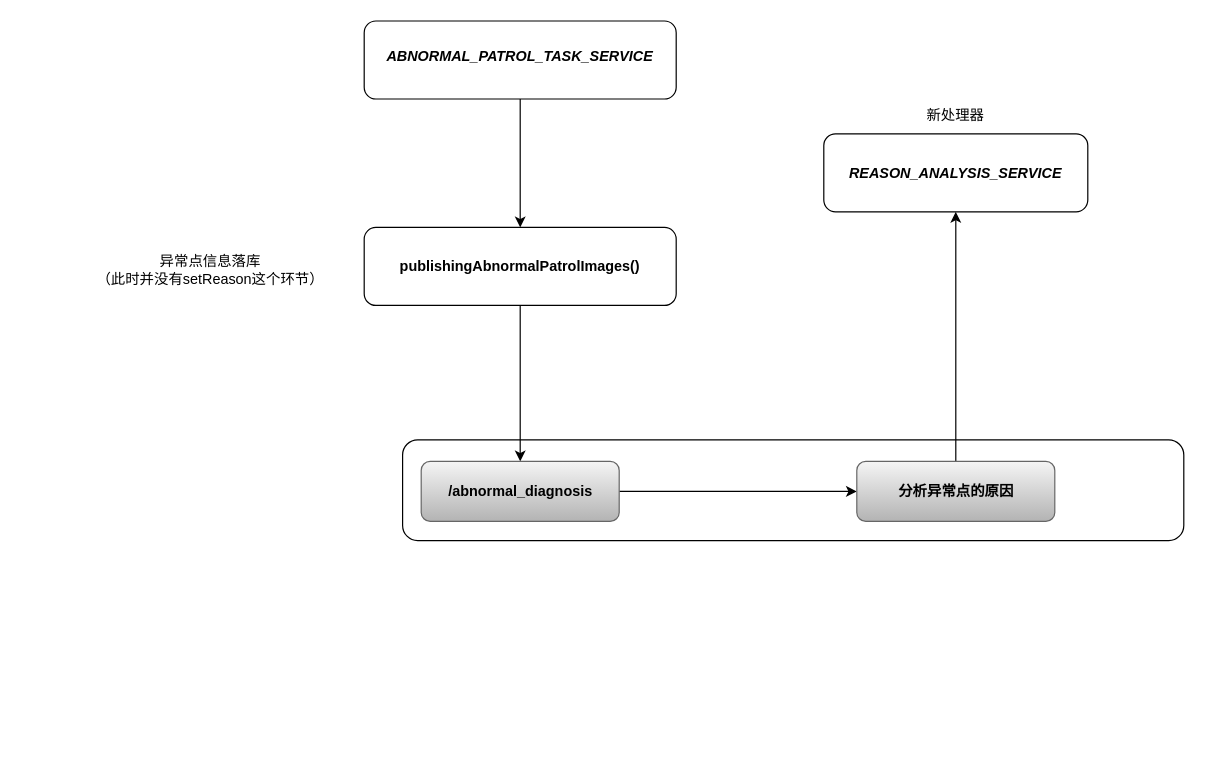
Above: 缺肥诊断.drawio in RK-JD/DrawIO (draw.io), before the change. Source tidied: cells renumbered, new cells numbered last; positions are measured from the earlier drawing's top-left corner, leaving out a move shared by most shapes. Both pictures are drawn from the tidied source at 120%, with x=0, y=0 at pixel (20, 20).
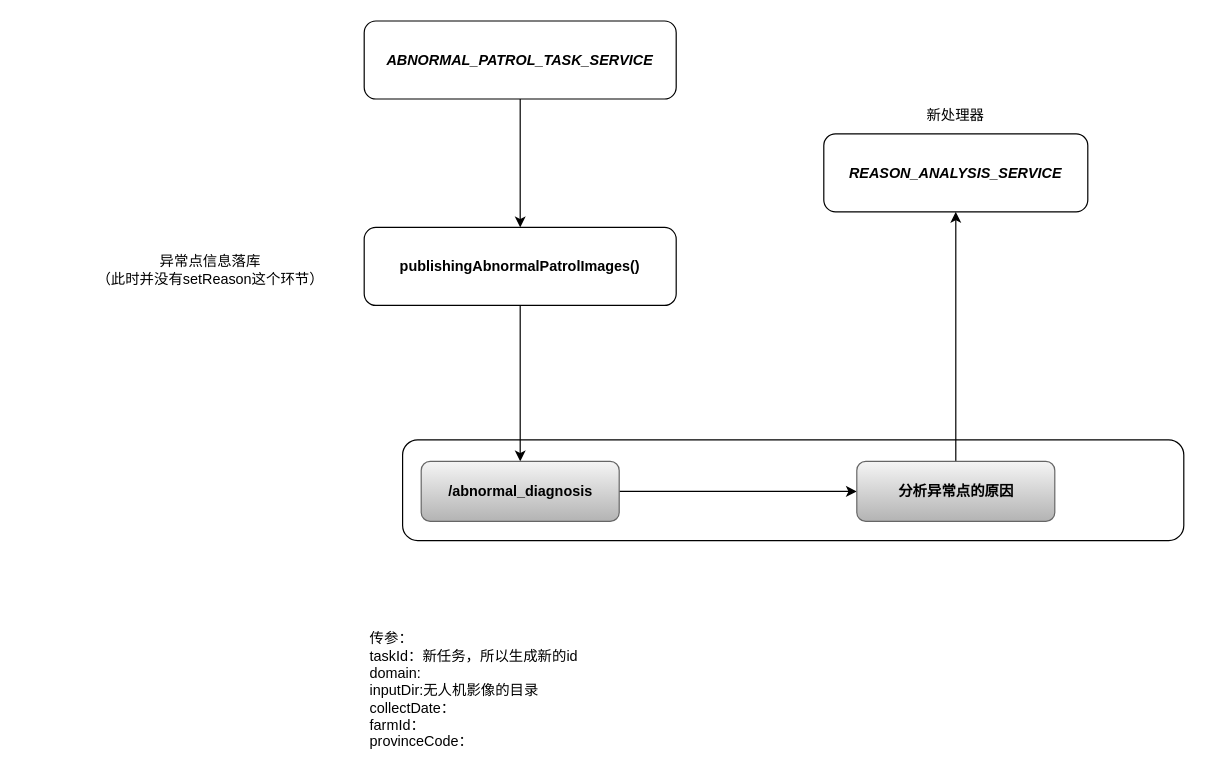
The same page after the edit.

Commit message:
更新缺肥诊断.drawio

Diff of the diagram source:
```diff
@@
 <mxGraphModel>
   <root>
     <mxCell id="0" />
     <mxCell id="1" parent="0" />
     <mxCell id="2" style="rounded=1;whiteSpace=wrap;html=1;" parent="1" vertex="1">
       <mxGeometry x="318" y="349" width="651" height="84" as="geometry" />
     </mxCell>
     <mxCell id="3" style="edgeStyle=orthogonalEdgeStyle;rounded=0;jettySize=auto;html=1;exitX=0.5;exitY=1;exitDx=0;exitDy=0;entryX=0.5;entryY=0;entryDx=0;entryDy=0;" parent="1" edge="1" source="4" target="13">
       <mxGeometry relative="1" as="geometry" />
     </mxCell>
     <mxCell id="4" value="&lt;span style=&quot;text-align: left;&quot;&gt;&lt;b&gt;publishingAbnormalPatrolImages()&lt;/b&gt;&lt;/span&gt;" style="rounded=1;whiteSpace=wrap;html=1;" parent="1" vertex="1">
       <mxGeometry x="286" y="172" width="260" height="65" as="geometry" />
     </mxCell>
     <mxCell id="5" value="&lt;b&gt;&lt;i&gt;REASON_ANALYSIS_SERVICE&lt;/i&gt;&lt;/b&gt;" style="rounded=1;whiteSpace=wrap;html=1;" parent="1" vertex="1">
       <mxGeometry x="669" y="94" width="220" height="65" as="geometry" />
     </mxCell>
     <mxCell id="6" value="新处理器" style="text;html=1;align=center;verticalAlign=middle;whiteSpace=wrap;rounded=0;" parent="1" vertex="1">
       <mxGeometry x="749" y="64" width="60" height="30" as="geometry" />
     </mxCell>
     <mxCell id="7" style="edgeStyle=orthogonalEdgeStyle;rounded=0;jettySize=auto;html=1;exitX=0.5;exitY=1;exitDx=0;exitDy=0;entryX=0.5;entryY=0;entryDx=0;entryDy=0;" parent="1" edge="1" source="8" target="4">
       <mxGeometry relative="1" as="geometry" />
     </mxCell>
-    <mxCell id="8" style="rounded=1;whiteSpace=wrap;html=1;" parent="1" vertex="1">
+    <mxCell id="8" value="&lt;b&gt;&lt;i&gt;ABNORMAL_PATROL_TASK_SERVICE&lt;/i&gt;&lt;/b&gt;" style="rounded=1;whiteSpace=wrap;html=1;" parent="1" vertex="1">
       <mxGeometry x="286" width="260" height="65" as="geometry" />
     </mxCell>
-    <mxCell id="9" value="&lt;b&gt;&lt;i&gt;ABNORMAL_PATROL_TASK_SERVICE&lt;/i&gt;&lt;/b&gt;" style="text;html=1;align=center;verticalAlign=middle;whiteSpace=wrap;rounded=0;" parent="1" vertex="1">
-      <mxGeometry x="311" y="15" width="210" height="30" as="geometry" />
-    </mxCell>
     <mxCell id="10" value="&lt;article class=&quot;4ever-article&quot; data-clipboard-cangjie=&quot;[&amp;quot;root&amp;quot;,{},[&amp;quot;p&amp;quot;,{},[&amp;quot;span&amp;quot;,{&amp;quot;data-type&amp;quot;:&amp;quot;text&amp;quot;},[&amp;quot;span&amp;quot;,{&amp;quot;bold&amp;quot;:true,&amp;quot;fonts&amp;quot;:{&amp;quot;hint&amp;quot;:&amp;quot;eastAsia&amp;quot;},&amp;quot;data-type&amp;quot;:&amp;quot;leaf&amp;quot;},&amp;quot;/&amp;quot;],[&amp;quot;span&amp;quot;,{&amp;quot;bold&amp;quot;:true,&amp;quot;data-type&amp;quot;:&amp;quot;leaf&amp;quot;},&amp;quot;abnormal_diagnosis&amp;quot;]]]]&quot;&gt;&lt;p style=&quot;text-align:left;text-indent:0;margin-left:0;margin-top:0;margin-bottom:0&quot;&gt;&lt;br&gt;&lt;/p&gt;&lt;/article&gt;" style="text;whiteSpace=wrap;html=1;" parent="1" vertex="1">
       <mxGeometry y="332" width="160" height="40" as="geometry" />
     </mxCell>
     <mxCell id="11" value="异常点信息落库&lt;div&gt;（此时并没有setReason这个环节）&lt;/div&gt;" style="text;html=1;align=center;verticalAlign=middle;whiteSpace=wrap;rounded=0;" parent="1" vertex="1">
       <mxGeometry x="57" y="193" width="202" height="30" as="geometry" />
     </mxCell>
     <mxCell id="12" style="edgeStyle=orthogonalEdgeStyle;rounded=0;jettySize=auto;html=1;exitX=1;exitY=0.5;exitDx=0;exitDy=0;" parent="1" edge="1" source="13" target="15">
       <mxGeometry relative="1" as="geometry" />
     </mxCell>
     <mxCell id="13" value="&lt;span style=&quot;text-align: left; font-weight: bold; font-family: undefined, undefined, undefined, undefined;&quot;&gt;/&lt;/span&gt;&lt;span style=&quot;text-align: left; font-weight: bold;&quot;&gt;abnormal_diagnosis&lt;/span&gt;" style="rounded=1;whiteSpace=wrap;html=1;fillColor=#f5f5f5;gradientColor=#b3b3b3;strokeColor=#666666;" parent="1" vertex="1">
       <mxGeometry x="333.5" y="367" width="165" height="50" as="geometry" />
     </mxCell>
     <mxCell id="14" style="edgeStyle=orthogonalEdgeStyle;rounded=0;jettySize=auto;html=1;exitX=0.5;exitY=0;exitDx=0;exitDy=0;entryX=0.5;entryY=1;entryDx=0;entryDy=0;" parent="1" edge="1" source="15" target="5">
       <mxGeometry relative="1" as="geometry" />
     </mxCell>
     <mxCell id="15" value="&lt;div style=&quot;text-align: left;&quot;&gt;&lt;span style=&quot;background-color: initial;&quot;&gt;&lt;font face=&quot;undefined, undefined, undefined, undefined&quot;&gt;&lt;b&gt;分析异常点的原因&lt;/b&gt;&lt;/font&gt;&lt;/span&gt;&lt;/div&gt;" style="rounded=1;whiteSpace=wrap;html=1;fillColor=#f5f5f5;gradientColor=#b3b3b3;strokeColor=#666666;" parent="1" vertex="1">
       <mxGeometry x="696.5" y="367" width="165" height="50" as="geometry" />
     </mxCell>
+    <mxCell id="16" value="传参：&lt;div&gt;taskId：新任务，所以生成新的id&lt;/div&gt;&lt;div&gt;domain:&lt;/div&gt;&lt;div&gt;inputDir:无人机影像的目录&lt;/div&gt;&lt;div&gt;collectDate：&lt;/div&gt;&lt;div&gt;farmId：&lt;/div&gt;&lt;div&gt;provinceCode：&lt;/div&gt;" style="text;html=1;align=left;verticalAlign=middle;strokeColor=none;fillColor=none;" parent="1" vertex="1">
+      <mxGeometry x="289" y="501" width="191" height="113" as="geometry" />
+    </mxCell>
   </root>
 </mxGraphModel>
```
